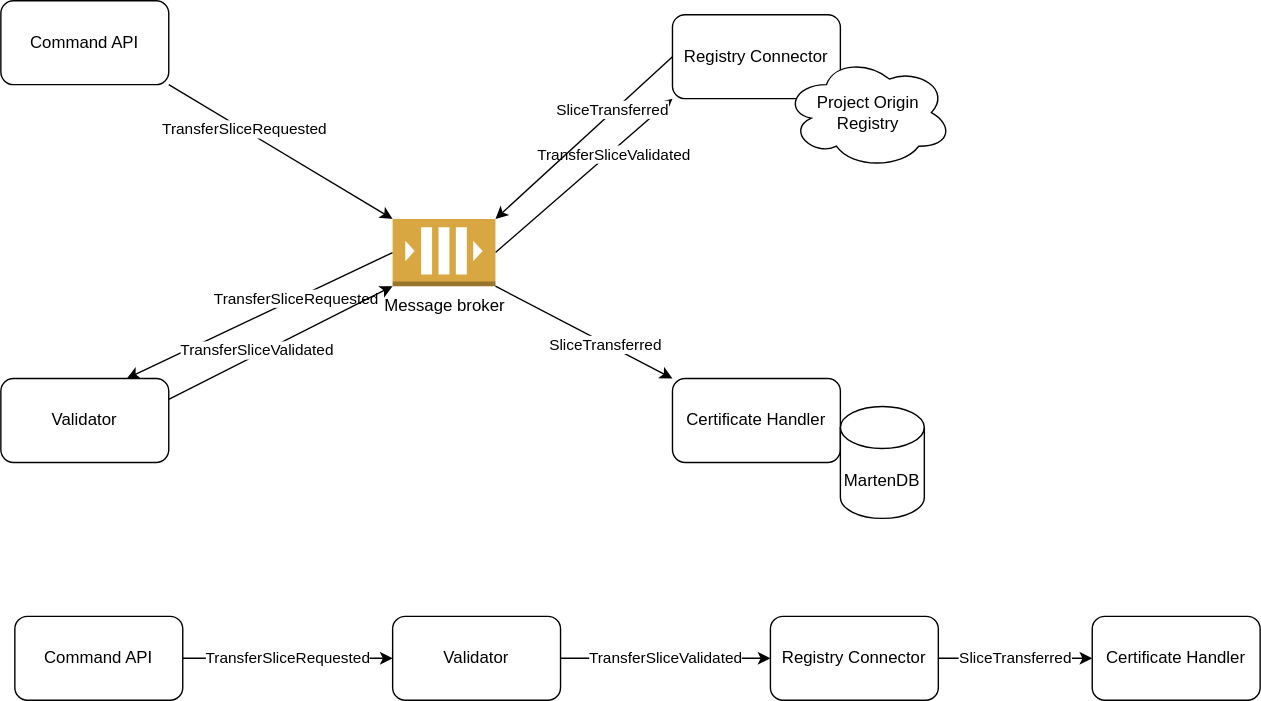
Above: doc/architecture/diagrams/certificates.events.transferslice.choreography.drawio.svg in Energinet-DataHub/energy-origin (draw.io), before the change. Source tidied: cells renumbered, new cells last; positions are measured from the earlier drawing's top-left corner, leaving out a move shared by most shapes.
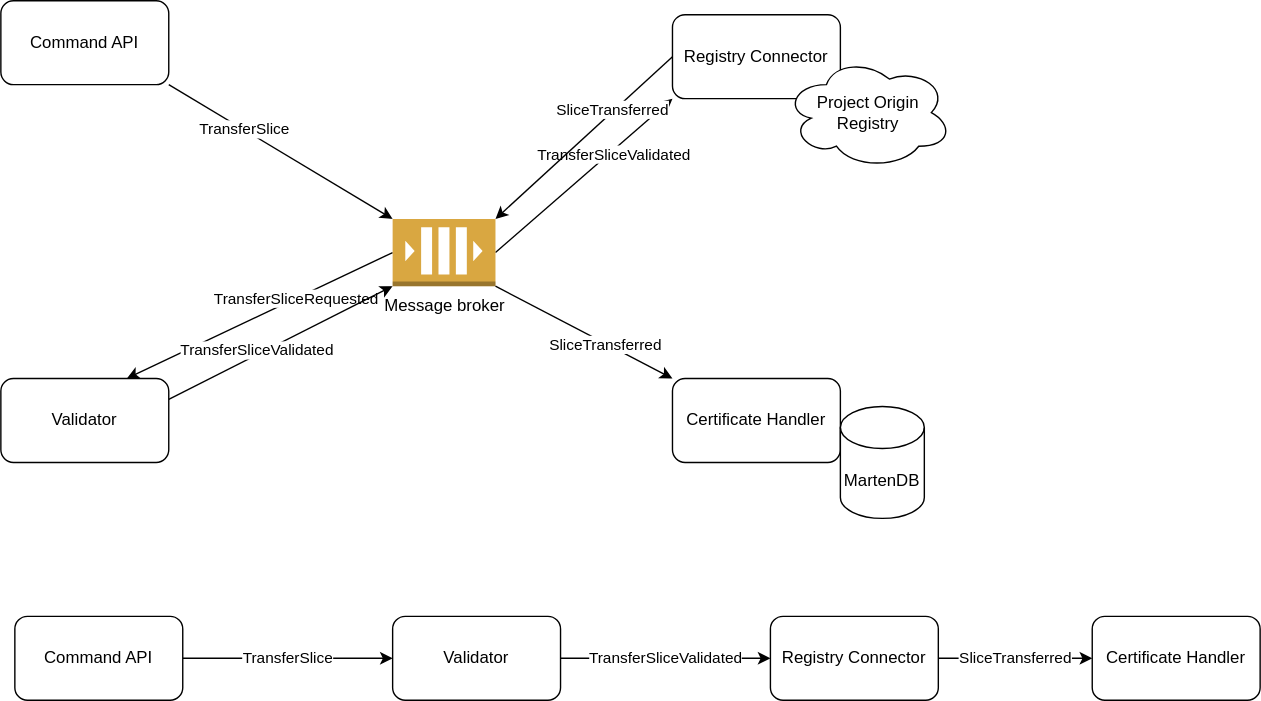
After the change.

Commit message:
message types

Diff of the diagram source:
```diff
@@ -43,7 +43,7 @@
     <mxCell id="14" style="edgeStyle=none;html=1;exitX=1;exitY=1;exitDx=0;exitDy=0;entryX=0;entryY=0;entryDx=0;entryDy=0;entryPerimeter=0;" parent="1" edge="1" source="16" target="7">
       <mxGeometry relative="1" as="geometry" />
     </mxCell>
-    <mxCell id="15" value="TransferSliceRequested" style="edgeLabel;html=1;align=center;verticalAlign=middle;" parent="14" vertex="1">
+    <mxCell id="15" value="TransferSlice" style="edgeLabel;html=1;align=center;verticalAlign=middle;" parent="14" vertex="1">
       <mxGeometry x="-0.33" y="1" relative="1" as="geometry" />
     </mxCell>
     <mxCell id="16" value="Command API" style="rounded=1;whiteSpace=wrap;html=1;" parent="1" vertex="1">
@@ -55,7 +55,7 @@
     <mxCell id="18" value="SliceTransferred" style="edgeLabel;html=1;align=center;verticalAlign=middle;" parent="17" vertex="1">
       <mxGeometry x="0.23" y="-1" relative="1" as="geometry" />
     </mxCell>
-    <mxCell id="19" value="TransferSliceRequested" style="edgeStyle=none;html=1;" parent="1" edge="1" source="20" target="22">
+    <mxCell id="19" value="TransferSlice" style="edgeStyle=none;html=1;" parent="1" edge="1" source="20" target="22">
       <mxGeometry relative="1" as="geometry" />
     </mxCell>
     <mxCell id="20" value="Command API" style="rounded=1;whiteSpace=wrap;html=1;" parent="1" vertex="1">
```
